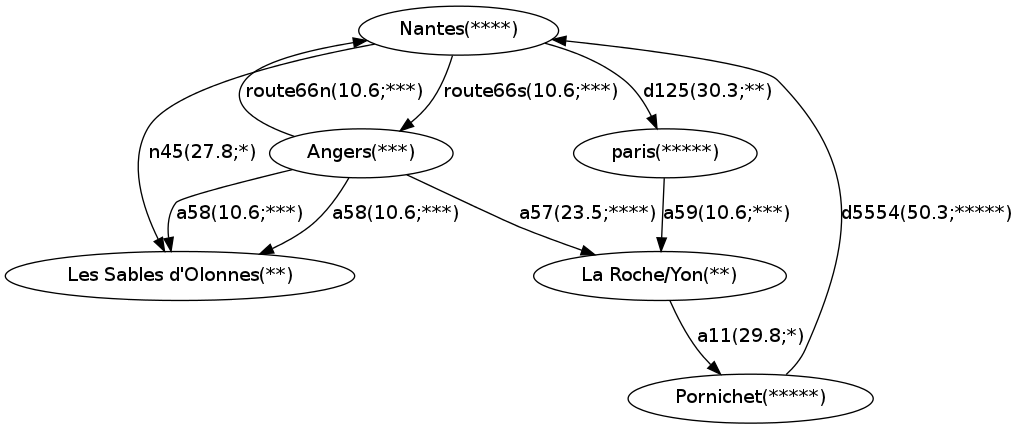
Latoof/GraphProject keeps this Graphviz diagram as GraphProject/graph.png. Above is the earlier version. Its source is kept beside it as GraphProject/graph.dot.
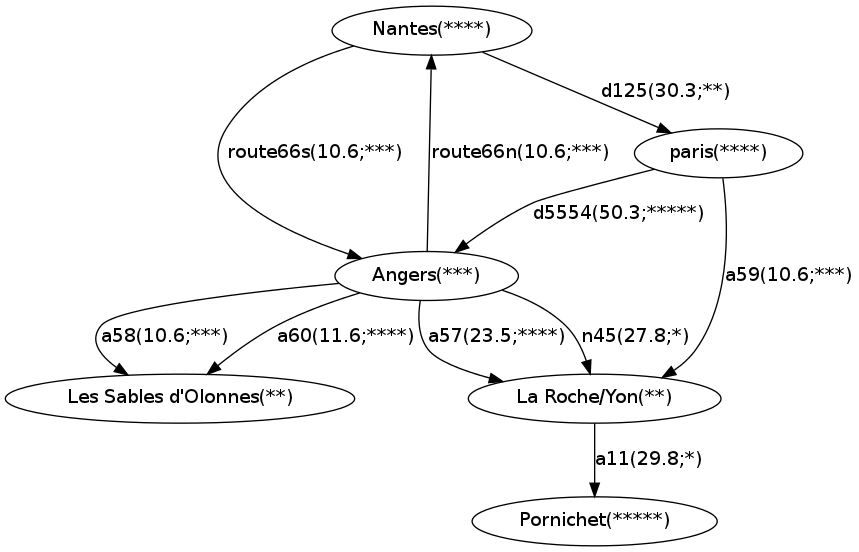
The same diagram one commit later.

Diff of the diagram source:
```diff
@@ -4,15 +4,15 @@
 "Les Sables d'Olonnes" [label="Les Sables d'Olonnes(**)"];
 "La Roche/Yon" [label="La Roche/Yon(**)"];
 "Pornichet" [label="Pornichet(*****)"];
-"paris" [label="paris(*****)"];
+"paris" [label="paris(****)"];
 "Nantes" -> "Angers" [label="route66s(10.6;***)"];
 "Angers" -> "La Roche/Yon" [label="a57(23.5;****)"];
 "La Roche/Yon" -> "Pornichet" [label="a11(29.8;*)"];
 "Angers" -> "Nantes" [label="route66n(10.6;***)"];
 "paris" -> "La Roche/Yon" [label="a59(10.6;***)"];
 "Angers" -> "Les Sables d'Olonnes" [label="a58(10.6;***)"];
-"Angers" -> "Les Sables d'Olonnes" [label="a58(10.6;***)"];
-"Pornichet" -> "Nantes" [label="d5554(50.3;*****)"];
+"Angers" -> "Les Sables d'Olonnes" [label="a60(11.6;****)"];
+"paris" -> "Angers" [label="d5554(50.3;*****)"];
 "Nantes" -> "paris" [label="d125(30.3;**)"];
-"Nantes" -> "Les Sables d'Olonnes" [label="n45(27.8;*)"];
+"Angers" -> "La Roche/Yon" [label="n45(27.8;*)"];
 }
```
